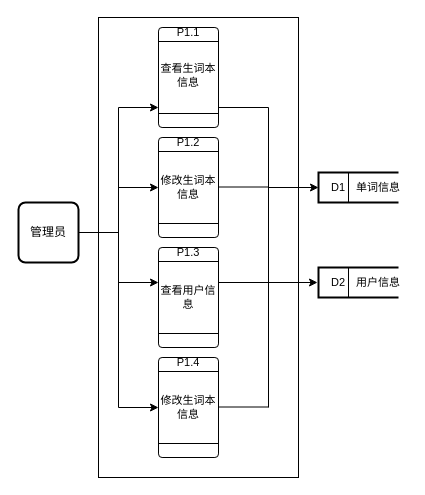
This is page "第 5 页" (5 of 9) of 功能模块图.drawio from 13593227471/HelloGitHub, a draw.io file, before an edit. Source tidied: cells renumbered, new cells numbered last; positions are measured from the earlier drawing's top-left corner, leaving out a move shared by most shapes. Both pictures are drawn from the tidied source at 100%, with x=0, y=0 at pixel (18, 17).
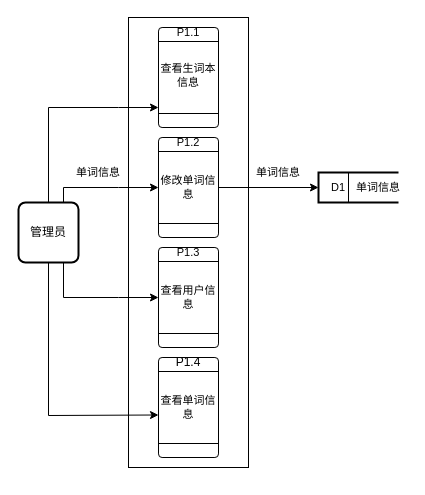
After the change.

Unchanged cells that the change refers to:
```xml
<mxCell id="3" value="管理员" style="rounded=1;whiteSpace=wrap;html=1;absoluteArcSize=1;arcSize=14;strokeWidth=2;" parent="1" vertex="1">
  <mxGeometry y="185" width="60" height="60" as="geometry" />
</mxCell>
```

What changed in the source:
```diff
@@
     <mxCell id="2" style="rounded=0;whiteSpace=wrap;html=1;fontFamily=Helvetica;fontSize=11;fontColor=default;" parent="1" vertex="1">
-      <mxGeometry x="80" width="200" height="460" as="geometry" />
+      <mxGeometry x="110" width="120" height="450" as="geometry" />
     </mxCell>
@@
-    <mxCell id="9" style="strokeWidth=2;html=1;shape=mxgraph.flowchart.annotation_1;align=left;fontFamily=Helvetica;fontSize=11;fontColor=default;" parent="1" vertex="1">
-      <mxGeometry x="300" y="250" width="80" height="30" as="geometry" />
-    </mxCell>
-    <mxCell id="10" style="endArrow=none;html=1;rounded=0;labelBackgroundColor=default;strokeColor=default;fontFamily=Helvetica;fontSize=11;fontColor=default;shape=connector;" parent="1" edge="1">
-      <mxGeometry relative="1" as="geometry">
-        <mxPoint x="330" y="280" as="sourcePoint" />
-        <mxPoint x="330" y="250" as="targetPoint" />
-      </mxGeometry>
-    </mxCell>
@@
-    <mxCell id="12" value="D2" style="text;html=1;strokeColor=none;fillColor=none;align=center;verticalAlign=middle;whiteSpace=wrap;rounded=0;fontSize=11;fontFamily=Helvetica;fontColor=default;" parent="1" vertex="1">
-      <mxGeometry x="290" y="250" width="60" height="30" as="geometry" />
-    </mxCell>
@@
-    <mxCell id="14" value="用户信息" style="text;html=1;strokeColor=none;fillColor=none;align=center;verticalAlign=middle;whiteSpace=wrap;rounded=0;fontSize=11;fontFamily=Helvetica;fontColor=default;" parent="1" vertex="1">
-      <mxGeometry x="330" y="250" width="60" height="30" as="geometry" />
-    </mxCell>
@@
-    <mxCell id="17" value="修改生词本信息" style="text;html=1;strokeColor=none;fillColor=none;align=center;verticalAlign=middle;whiteSpace=wrap;rounded=0;fontSize=11;fontFamily=Helvetica;fontColor=default;" parent="1" vertex="1">
+    <mxCell id="17" value="修改单词信息" style="text;html=1;strokeColor=none;fillColor=none;align=center;verticalAlign=middle;whiteSpace=wrap;rounded=0;fontSize=11;fontFamily=Helvetica;fontColor=default;" parent="1" vertex="1">
       <mxGeometry x="140" y="155" width="60" height="30" as="geometry" />
     </mxCell>
@@
-    <mxCell id="21" style="verticalLabelPosition=bottom;verticalAlign=top;html=1;shape=process;whiteSpace=wrap;rounded=1;size=0.14;arcSize=6;fontFamily=Helvetica;fontSize=11;fontColor=default;rotation=-90;" parent="1" vertex="1">
-      <mxGeometry x="120" y="360" width="100" height="60" as="geometry" />
-    </mxCell>
-    <mxCell id="22" value="P1.4" style="text;html=1;strokeColor=none;fillColor=none;align=center;verticalAlign=middle;whiteSpace=wrap;rounded=0;fontSize=11;fontFamily=Helvetica;fontColor=default;" parent="1" vertex="1">
-      <mxGeometry x="140" y="330" width="60" height="30" as="geometry" />
-    </mxCell>
-    <mxCell id="23" value="修改生词本信息" style="text;html=1;strokeColor=none;fillColor=none;align=center;verticalAlign=middle;whiteSpace=wrap;rounded=0;fontSize=11;fontFamily=Helvetica;fontColor=default;" parent="1" vertex="1">
-      <mxGeometry x="140" y="375" width="60" height="30" as="geometry" />
-    </mxCell>
-    <mxCell id="24" style="endArrow=none;html=1;rounded=0;labelBackgroundColor=default;strokeColor=default;fontFamily=Helvetica;fontSize=11;fontColor=default;shape=connector;exitX=1;exitY=0.5;exitDx=0;exitDy=0;" parent="1" edge="1" source="3">
-      <mxGeometry relative="1" as="geometry">
-        <mxPoint x="100" y="215" as="targetPoint" />
-      </mxGeometry>
-    </mxCell>
-    <mxCell id="25" style="endArrow=none;html=1;rounded=0;labelBackgroundColor=default;strokeColor=default;fontFamily=Helvetica;fontSize=11;fontColor=default;shape=connector;" parent="1" edge="1">
-      <mxGeometry relative="1" as="geometry">
-        <mxPoint x="100" y="390" as="sourcePoint" />
-        <mxPoint x="100" y="90" as="targetPoint" />
-      </mxGeometry>
-    </mxCell>
@@
     <mxCell id="28" style="endArrow=classic;html=1;rounded=0;labelBackgroundColor=default;strokeColor=default;fontFamily=Helvetica;fontSize=11;fontColor=default;shape=connector;" parent="1" edge="1">
       <mxGeometry relative="1" as="geometry">
-        <mxPoint x="100" y="265" as="sourcePoint" />
-        <mxPoint x="140" y="265" as="targetPoint" />
+        <mxPoint x="100" y="280" as="sourcePoint" />
+        <mxPoint x="140" y="280" as="targetPoint" />
       </mxGeometry>
     </mxCell>
-    <mxCell id="29" style="endArrow=classic;html=1;rounded=0;labelBackgroundColor=default;strokeColor=default;fontFamily=Helvetica;fontSize=11;fontColor=default;shape=connector;" parent="1" edge="1">
-      <mxGeometry relative="1" as="geometry">
-        <mxPoint x="100" y="390" as="sourcePoint" />
-        <mxPoint x="140" y="390" as="targetPoint" />
-      </mxGeometry>
-    </mxCell>
-    <mxCell id="30" style="endArrow=none;html=1;rounded=0;labelBackgroundColor=default;strokeColor=default;fontFamily=Helvetica;fontSize=11;fontColor=default;shape=connector;" parent="1" edge="1">
-      <mxGeometry relative="1" as="geometry">
-        <mxPoint x="200" y="90" as="sourcePoint" />
-        <mxPoint x="250" y="90" as="targetPoint" />
-      </mxGeometry>
-    </mxCell>
-    <mxCell id="31" style="endArrow=none;html=1;rounded=0;labelBackgroundColor=default;strokeColor=default;fontFamily=Helvetica;fontSize=11;fontColor=default;shape=connector;" parent="1" edge="1">
-      <mxGeometry relative="1" as="geometry">
-        <mxPoint x="200" y="169.5" as="sourcePoint" />
-        <mxPoint x="250" y="169.5" as="targetPoint" />
-      </mxGeometry>
-    </mxCell>
-    <mxCell id="32" style="endArrow=none;html=1;rounded=0;labelBackgroundColor=default;strokeColor=default;fontFamily=Helvetica;fontSize=11;fontColor=default;shape=connector;" parent="1" edge="1">
-      <mxGeometry relative="1" as="geometry">
-        <mxPoint x="200" y="265" as="sourcePoint" />
-        <mxPoint x="250" y="265" as="targetPoint" />
-      </mxGeometry>
-    </mxCell>
-    <mxCell id="33" style="endArrow=none;html=1;rounded=0;labelBackgroundColor=default;strokeColor=default;fontFamily=Helvetica;fontSize=11;fontColor=default;shape=connector;" parent="1" edge="1">
-      <mxGeometry relative="1" as="geometry">
-        <mxPoint x="200" y="389.5" as="sourcePoint" />
-        <mxPoint x="250" y="389.5" as="targetPoint" />
-      </mxGeometry>
-    </mxCell>
-    <mxCell id="34" style="endArrow=none;html=1;rounded=0;labelBackgroundColor=default;strokeColor=default;fontFamily=Helvetica;fontSize=11;fontColor=default;shape=connector;" parent="1" edge="1">
-      <mxGeometry relative="1" as="geometry">
-        <mxPoint x="250" y="390" as="sourcePoint" />
-        <mxPoint x="250" y="90" as="targetPoint" />
-      </mxGeometry>
-    </mxCell>
-    <mxCell id="35" style="endArrow=classic;html=1;rounded=0;labelBackgroundColor=default;strokeColor=default;fontFamily=Helvetica;fontSize=11;fontColor=default;shape=connector;" parent="1" edge="1">
-      <mxGeometry relative="1" as="geometry">
-        <mxPoint x="250" y="170" as="sourcePoint" />
-        <mxPoint x="300" y="170" as="targetPoint" />
-      </mxGeometry>
-    </mxCell>
-    <mxCell id="36" style="endArrow=classic;html=1;rounded=0;labelBackgroundColor=default;strokeColor=default;fontFamily=Helvetica;fontSize=11;fontColor=default;shape=connector;" parent="1" edge="1">
-      <mxGeometry relative="1" as="geometry">
-        <mxPoint x="249" y="265" as="sourcePoint" />
-        <mxPoint x="299" y="265" as="targetPoint" />
-      </mxGeometry>
-    </mxCell>
+    <mxCell id="37" style="endArrow=none;html=1;rounded=0;exitX=0.5;exitY=0;exitDx=0;exitDy=0;" parent="1" edge="1" source="3">
+      <mxGeometry relative="1" as="geometry">
+        <mxPoint x="100" y="90" as="targetPoint" />
+        <Array as="points">
+          <mxPoint x="30" y="90" />
+        </Array>
+      </mxGeometry>
+    </mxCell>
+    <mxCell id="38" style="endArrow=none;html=1;rounded=0;exitX=0.75;exitY=0;exitDx=0;exitDy=0;" parent="1" edge="1" source="3">
+      <mxGeometry relative="1" as="geometry">
+        <mxPoint x="100" y="170" as="targetPoint" />
+        <Array as="points">
+          <mxPoint x="45" y="170" />
+        </Array>
+      </mxGeometry>
+    </mxCell>
+    <mxCell id="39" style="endArrow=none;html=1;rounded=0;entryX=0.75;entryY=1;entryDx=0;entryDy=0;" parent="1" edge="1" target="3">
+      <mxGeometry relative="1" as="geometry">
+        <mxPoint x="100" y="280" as="sourcePoint" />
+        <Array as="points">
+          <mxPoint x="45" y="280" />
+        </Array>
+      </mxGeometry>
+    </mxCell>
+    <mxCell id="40" value="单词信息" style="text;html=1;strokeColor=none;fillColor=none;align=center;verticalAlign=middle;whiteSpace=wrap;rounded=0;fontSize=11;fontFamily=Helvetica;fontColor=default;" parent="1" vertex="1">
+      <mxGeometry x="50" y="140" width="60" height="30" as="geometry" />
+    </mxCell>
+    <mxCell id="41" style="endArrow=classic;html=1;rounded=0;exitX=1;exitY=0.5;exitDx=0;exitDy=0;" parent="1" edge="1" source="17">
+      <mxGeometry relative="1" as="geometry">
+        <mxPoint x="300" y="170" as="targetPoint" />
+      </mxGeometry>
+    </mxCell>
+    <mxCell id="42" value="单词信息" style="text;html=1;strokeColor=none;fillColor=none;align=center;verticalAlign=middle;whiteSpace=wrap;rounded=0;fontSize=11;fontFamily=Helvetica;fontColor=default;" parent="1" vertex="1">
+      <mxGeometry x="230" y="140" width="60" height="30" as="geometry" />
+    </mxCell>
+    <mxCell id="21" style="verticalLabelPosition=bottom;verticalAlign=top;html=1;shape=process;whiteSpace=wrap;rounded=1;size=0.14;arcSize=6;fontFamily=Helvetica;fontSize=11;fontColor=default;rotation=-90;" parent="1" vertex="1">
+      <mxGeometry x="120" y="360" width="100" height="60" as="geometry" />
+    </mxCell>
+    <mxCell id="43" value="查看单词信息" style="text;html=1;strokeColor=none;fillColor=none;align=center;verticalAlign=middle;whiteSpace=wrap;rounded=0;fontSize=11;fontFamily=Helvetica;fontColor=default;" parent="1" vertex="1">
+      <mxGeometry x="140" y="375" width="60" height="30" as="geometry" />
+    </mxCell>
+    <mxCell id="44" style="endArrow=classic;html=1;rounded=0;entryX=0;entryY=0.75;entryDx=0;entryDy=0;exitX=0.5;exitY=1;exitDx=0;exitDy=0;" parent="1" edge="1" source="3" target="43">
+      <mxGeometry relative="1" as="geometry">
+        <Array as="points">
+          <mxPoint x="30" y="398" />
+        </Array>
+      </mxGeometry>
+    </mxCell>
+    <mxCell id="22" value="P1.4" style="text;html=1;strokeColor=none;fillColor=none;align=center;verticalAlign=middle;whiteSpace=wrap;rounded=0;" parent="1" vertex="1">
+      <mxGeometry x="140" y="330" width="60" height="30" as="geometry" />
+    </mxCell>
```
